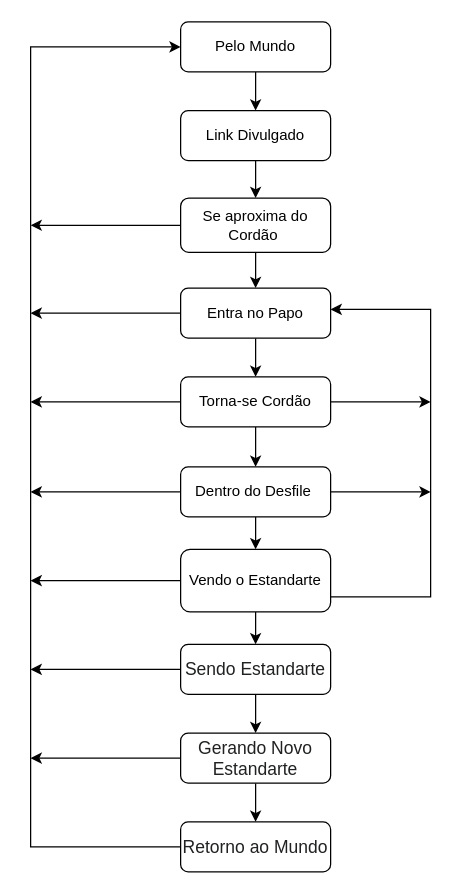
Earlier version of the draw.io diagram docs/diagramas/blouco.drawio (blouco/openblouco). Source tidied: cells renumbered, new cells numbered last; positions are measured from the earlier drawing's top-left corner, leaving out a move shared by most shapes. Both pictures are drawn from the tidied source at 125%, with x=0, y=0 at pixel (30, 21).
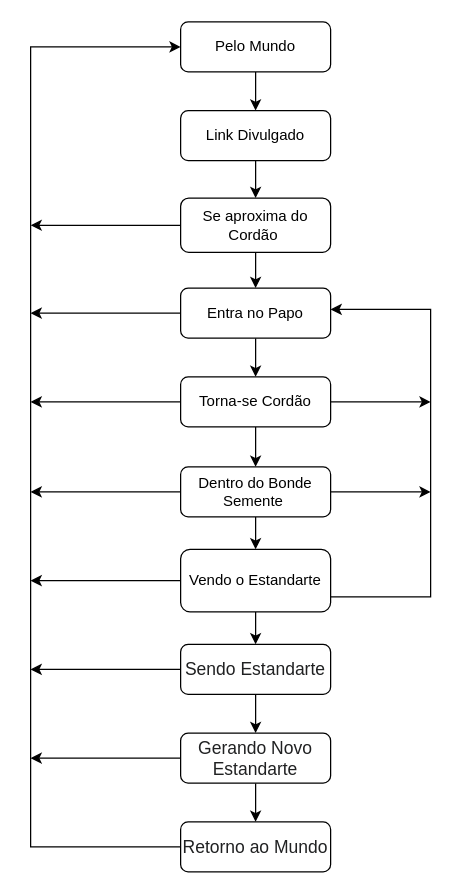
After the change.

Commit message (it also covers changes not shown here):
Troca nome Banda por Trio e Desfile por Bonde

Change to the diagram source:
```diff
@@
-    <mxCell id="19" value="Dentro do Desfile&amp;nbsp;" style="rounded=1;whiteSpace=wrap;html=1;fontSize=12;glass=0;strokeWidth=1;shadow=0;" parent="1" vertex="1">
+    <mxCell id="19" value="Dentro do Bonde Semente&amp;nbsp;" style="rounded=1;whiteSpace=wrap;html=1;fontSize=12;glass=0;strokeWidth=1;shadow=0;" parent="1" vertex="1">
       <mxGeometry x="120" y="356" width="120" height="40" as="geometry" />
     </mxCell>
```
